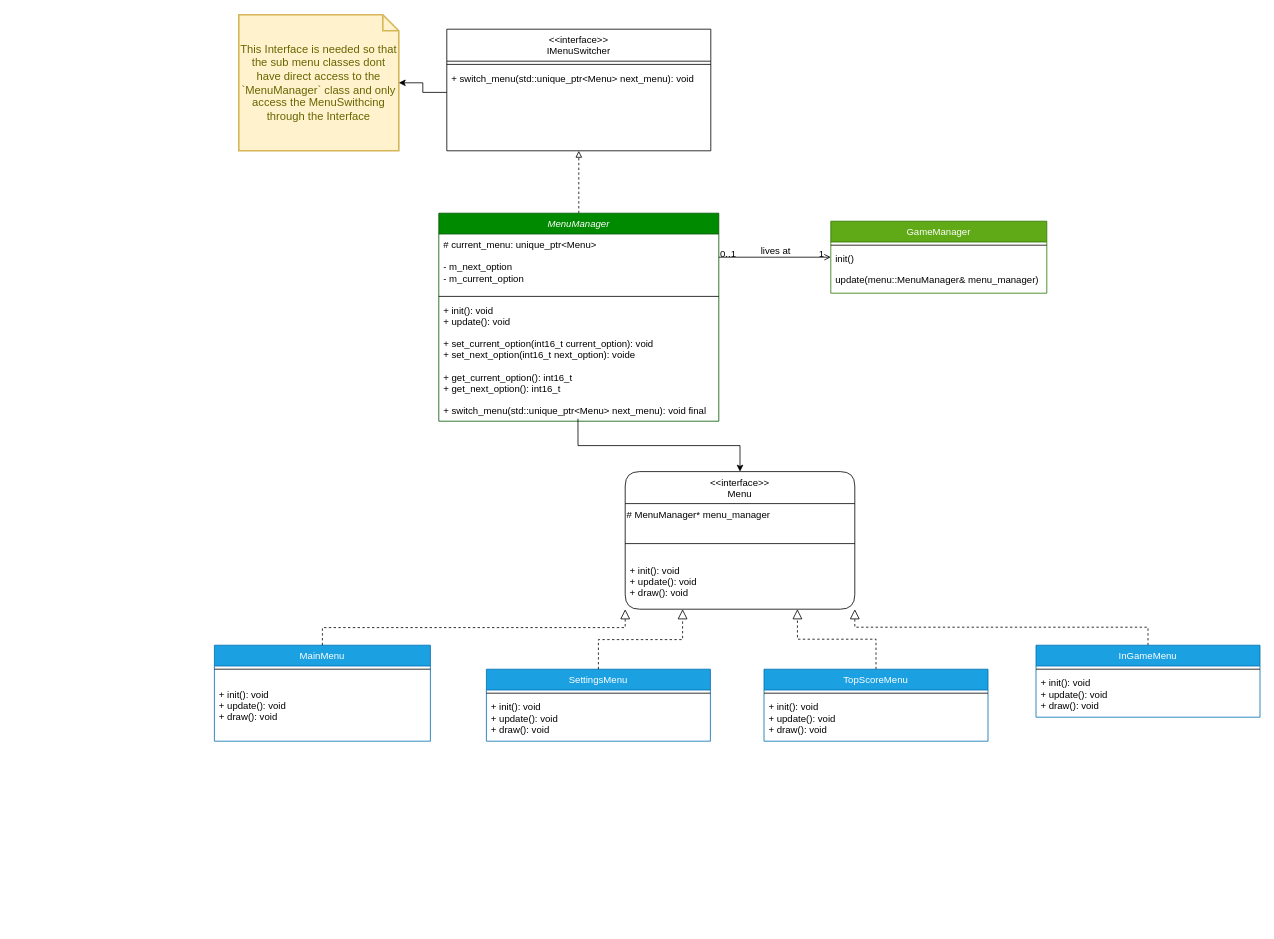
The draw.io diagram docs/umlDocs/class_diagrams/Menu_Manager.drawio in JodyLS27/space-invaders, before the edit. Source tidied: cells renumbered, new cells numbered last; positions are measured from the earlier drawing's top-left corner, leaving out a move shared by most shapes. Both pictures are drawn from the tidied source at 80%, with x=0, y=0 at pixel (214, 14).
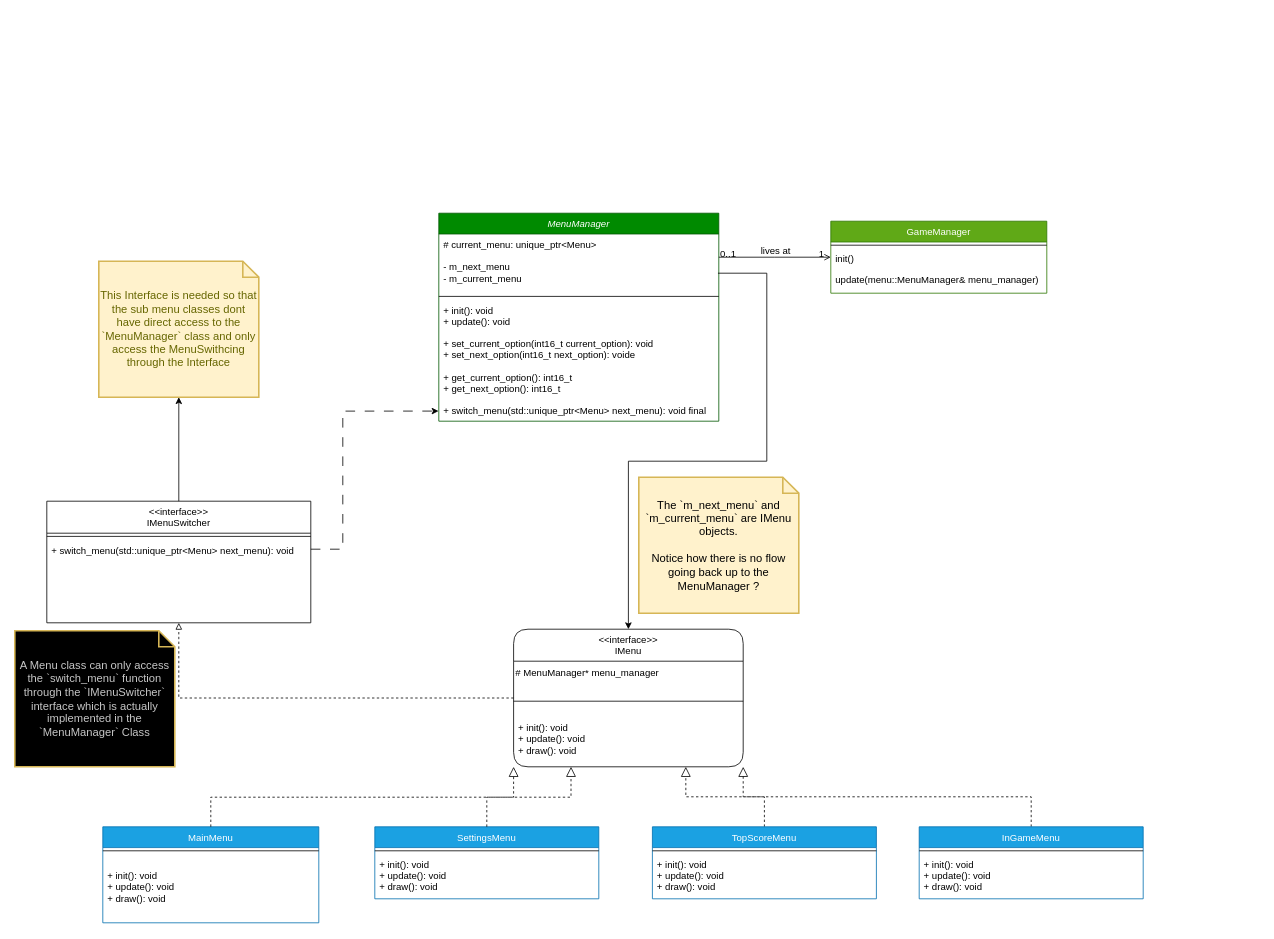
The same diagram, later.

Commit message:
Updating Menu class Diagram - Cleanup Diagram and updating flow

Unchanged cells that the change refers to:
```xml
<mxCell id="3" value="MenuManager" style="swimlane;fontStyle=2;align=center;verticalAlign=top;horizontal=1;startSize=26;rounded=0;shadow=0;strokeWidth=1;fillColor=#008a00;fontColor=#ffffff;strokeColor=#005700;" parent="1" vertex="1">
  <mxGeometry x="280" y="248" width="350" height="260" as="geometry" />
</mxCell>
<mxCell id="6" value="+ init(): void&#10;+ update(): void&#10;&#10;+ set_current_option(int16_t current_option): void&#10;+ set_next_option(int16_t next_option): voide&#10;&#10;+ get_current_option(): int16_t&#10;+ get_next_option(): int16_t&#10;&#10;+ switch_menu(std::unique_ptr&lt;Menu&gt; next_menu): void final" style="text;align=left;verticalAlign=top;spacingLeft=4;spacingRight=4;overflow=hidden;points=[[0,0.5],[1,0.5]];portConstraint=eastwest;" parent="3" vertex="1">
  <mxGeometry y="108" width="350" height="150" as="geometry" />
</mxCell>
<mxCell id="30" value="+ switch_menu(std::unique_ptr&lt;Menu&gt; next_menu): void" style="text;align=left;verticalAlign=top;spacingLeft=4;spacingRight=4;overflow=hidden;points=[[0,0.5],[1,0.5]];portConstraint=eastwest;" parent="28" vertex="1">
  <mxGeometry y="48" width="330" height="62" as="geometry" />
</mxCell>
```

Diff of the diagram source:
```diff
@@
-    <mxCell id="2" style="edgeStyle=orthogonalEdgeStyle;rounded=0;jettySize=auto;html=1;entryX=0.5;entryY=1;entryDx=0;entryDy=0;dashed=1;endArrow=block;endFill=0;strokeWidth=1;" parent="1" edge="1" source="3" target="28">
+    <mxCell id="2" style="edgeStyle=orthogonalEdgeStyle;rounded=0;jettySize=auto;html=1;entryX=0.5;entryY=1;entryDx=0;entryDy=0;dashed=1;endArrow=block;endFill=0;strokeWidth=1;exitX=0;exitY=0.5;exitDx=0;exitDy=0;" parent="1" edge="1" source="23" target="28">
       <mxGeometry relative="1" as="geometry" />
     </mxCell>
@@
-    <mxCell id="4" value="# current_menu: unique_ptr&lt;Menu&gt;&#10;&#10;- m_next_option&#10;- m_current_option" style="text;align=left;verticalAlign=top;spacingLeft=4;spacingRight=4;overflow=hidden;points=[[0,0.5],[1,0.5]];portConstraint=eastwest;rounded=0;shadow=0;html=0;" parent="3" vertex="1">
+    <mxCell id="4" value="# current_menu: unique_ptr&lt;Menu&gt;&#10;&#10;- m_next_menu&#10;- m_current_menu" style="text;align=left;verticalAlign=top;spacingLeft=4;spacingRight=4;overflow=hidden;points=[[0,0.5],[1,0.5]];portConstraint=eastwest;rounded=0;shadow=0;html=0;" parent="3" vertex="1">
       <mxGeometry y="26" width="350" height="74" as="geometry" />
     </mxCell>
@@
     <mxCell id="7" value="MainMenu" style="swimlane;fontStyle=0;align=center;verticalAlign=top;horizontal=1;startSize=26;rounded=0;shadow=0;strokeWidth=1;fillColor=#1ba1e2;fontColor=#ffffff;strokeColor=#006EAF;" parent="1" vertex="1">
-      <mxGeometry x="-0.5" y="788" width="270" height="120" as="geometry" />
+      <mxGeometry x="-140" y="1015" width="270" height="120" as="geometry" />
     </mxCell>
@@
     <mxCell id="11" value="SettingsMenu" style="swimlane;fontStyle=0;align=center;verticalAlign=top;horizontal=1;startSize=26;rounded=0;shadow=0;strokeWidth=1;fillColor=#1ba1e2;fontColor=#ffffff;strokeColor=#006EAF;" parent="1" vertex="1">
-      <mxGeometry x="339.5" y="818" width="280" height="90" as="geometry" />
+      <mxGeometry x="200" y="1015" width="280" height="90" as="geometry" />
     </mxCell>
@@
-    <mxCell id="23" value="&lt;&lt;interface&gt;&gt;&#10;Menu" style="swimlane;fontStyle=0;align=center;verticalAlign=top;horizontal=1;startSize=40;rounded=1;shadow=0;strokeWidth=1;swimlaneLine=1;glass=0;" parent="1" vertex="1">
-      <mxGeometry x="513" y="571" width="287" height="172" as="geometry" />
+    <mxCell id="23" value="&lt;&lt;interface&gt;&gt;&#10;IMenu" style="swimlane;fontStyle=0;align=center;verticalAlign=top;horizontal=1;startSize=40;rounded=1;shadow=0;strokeWidth=1;swimlaneLine=1;glass=0;" parent="1" vertex="1">
+      <mxGeometry x="373.5" y="768" width="287" height="172" as="geometry" />
     </mxCell>
@@
-    <mxCell id="27" style="edgeStyle=orthogonalEdgeStyle;rounded=0;jettySize=auto;html=1;exitX=0.497;exitY=0.993;exitDx=0;exitDy=0;exitPerimeter=0;" parent="1" edge="1" source="6" target="23">
-      <mxGeometry relative="1" as="geometry" />
+    <mxCell id="27" style="edgeStyle=orthogonalEdgeStyle;rounded=0;jettySize=auto;html=1;exitX=0.997;exitY=0.662;exitDx=0;exitDy=0;exitPerimeter=0;" parent="1" edge="1" source="4" target="23">
+      <mxGeometry relative="1" as="geometry">
+        <Array as="points">
+          <mxPoint x="690" y="323" />
+          <mxPoint x="690" y="558" />
+          <mxPoint x="517" y="558" />
+        </Array>
+      </mxGeometry>
     </mxCell>
     <mxCell id="28" value="&lt;&lt;interface&gt;&gt;&#10;IMenuSwitcher" style="swimlane;fontStyle=0;align=center;verticalAlign=top;horizontal=1;startSize=40;rounded=0;shadow=0;strokeWidth=1;" parent="1" vertex="1">
-      <mxGeometry x="290" y="18" width="330" height="152" as="geometry" />
+      <mxGeometry x="-210" y="608" width="330" height="152" as="geometry" />
     </mxCell>
@@
     <mxCell id="32" value="TopScoreMenu" style="swimlane;fontStyle=0;align=center;verticalAlign=top;horizontal=1;startSize=26;rounded=0;shadow=0;strokeWidth=1;fillColor=#1ba1e2;fontColor=#ffffff;strokeColor=#006EAF;" parent="1" vertex="1">
-      <mxGeometry x="686.5" y="818" width="280" height="90" as="geometry" />
+      <mxGeometry x="547" y="1015" width="280" height="90" as="geometry" />
     </mxCell>
@@
     <mxCell id="36" value="InGameMenu" style="swimlane;fontStyle=0;align=center;verticalAlign=top;horizontal=1;startSize=26;rounded=0;shadow=0;strokeWidth=1;fillColor=#1ba1e2;fontColor=#ffffff;strokeColor=#006EAF;" parent="1" vertex="1">
-      <mxGeometry x="1026.5" y="788" width="280" height="90" as="geometry" />
+      <mxGeometry x="880.5" y="1015" width="280" height="90" as="geometry" />
     </mxCell>
@@
-    <mxCell id="39" value="This Interface is needed so that the sub menu classes dont have direct access to the `MenuManager` class and only access the MenuSwithcing through the Interface" style="shape=note;strokeWidth=2;fontSize=14;size=20;whiteSpace=wrap;html=1;fillColor=#fff2cc;strokeColor=#d6b656;fontColor=#666600;" parent="1" vertex="1">
-      <mxGeometry x="30" width="200" height="170" as="geometry" />
+    <mxCell id="39" value="This Interface is needed so that the sub menu classes dont have direct access to the `MenuManager` class and only access the MenuSwithcing through the Interface" style="shape=note;strokeWidth=2;fontSize=14;size=20;whiteSpace=wrap;html=1;fillColor=#FFF2CC;strokeColor=#d6b656;fontColor=#666600;" parent="1" vertex="1">
+      <mxGeometry x="-145" y="308" width="200" height="170" as="geometry" />
     </mxCell>
-    <mxCell id="40" style="edgeStyle=orthogonalEdgeStyle;rounded=0;jettySize=auto;html=1;" parent="1" edge="1" source="30" target="39">
+    <mxCell id="40" style="edgeStyle=orthogonalEdgeStyle;rounded=0;jettySize=auto;html=1;exitX=0.5;exitY=0;exitDx=0;exitDy=0;" parent="1" edge="1" source="28" target="39">
       <mxGeometry relative="1" as="geometry" />
     </mxCell>
+    <mxCell id="41" style="edgeStyle=orthogonalEdgeStyle;rounded=0;jettySize=auto;html=1;entryX=-0.001;entryY=0.929;entryDx=0;entryDy=0;entryPerimeter=0;dashed=1;dashPattern=12 12;" parent="1" edge="1" source="30" target="6">
+      <mxGeometry relative="1" as="geometry">
+        <Array as="points">
+          <mxPoint x="160" y="668" />
+          <mxPoint x="160" y="495" />
+        </Array>
+      </mxGeometry>
+    </mxCell>
+    <mxCell id="42" value="&lt;span style=&quot;color: rgb(0, 0, 0);&quot;&gt;The `m_next_menu` and `m_current_menu` are IMenu objects.&lt;/span&gt;&lt;div style=&quot;color: rgb(0, 0, 0);&quot;&gt;&lt;br&gt;&lt;div&gt;Notice how there is no flow going back up to the MenuManager ?&lt;/div&gt;&lt;/div&gt;" style="shape=note;strokeWidth=2;fontSize=14;size=20;whiteSpace=wrap;html=1;fillColor=#FFF2CC;strokeColor=#d6b656;fontColor=#666600;" parent="1" vertex="1">
+      <mxGeometry x="530" y="578" width="200" height="170" as="geometry" />
+    </mxCell>
+    <mxCell id="43" value="&lt;font&gt;A Menu class can only access the `switch_menu` function through the `IMenuSwitcher` interface which is actually implemented in the `MenuManager` Class&lt;/font&gt;" style="shape=note;strokeWidth=2;fontSize=14;size=20;whiteSpace=wrap;html=1;fillColor=#000000;strokeColor=#d6b656;fontColor=#C7C7C7;" parent="1" vertex="1">
+      <mxGeometry x="-250" y="770" width="200" height="170" as="geometry" />
+    </mxCell>
```
